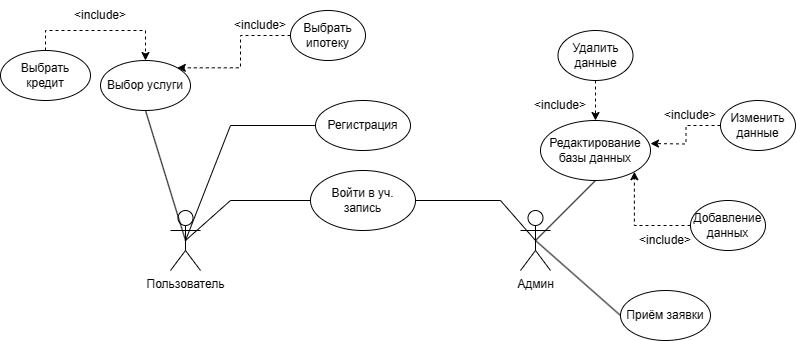
This is Bank.drawio.png from Involuntar/Test, a draw.io export, as it was before one commit. Source tidied: cells renumbered, new cells last; positions are measured from the earlier drawing's top-left corner, leaving out a move shared by most shapes.
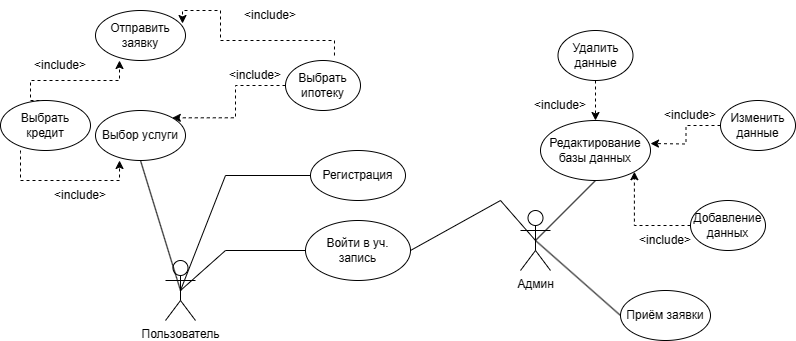
Later version of the same file.

Diff of the diagram source:
```diff
@@ -3,18 +3,18 @@
     <mxCell id="0" />
     <mxCell id="1" parent="0" />
     <mxCell id="2" value="Пользователь" style="shape=umlActor;verticalLabelPosition=bottom;verticalAlign=top;html=1;outlineConnect=0;" parent="1" vertex="1">
-      <mxGeometry x="170" y="210" width="30" height="60" as="geometry" />
+      <mxGeometry x="165" y="260" width="30" height="60" as="geometry" />
     </mxCell>
     <mxCell id="3" value="Админ" style="shape=umlActor;verticalLabelPosition=bottom;verticalAlign=top;html=1;outlineConnect=0;" parent="1" vertex="1">
       <mxGeometry x="520" y="210" width="30" height="60" as="geometry" />
     </mxCell>
     <mxCell id="4" value="Войти в уч. запись" style="ellipse;whiteSpace=wrap;html=1;" parent="1" vertex="1">
-      <mxGeometry x="310" y="170" width="105" height="60" as="geometry" />
+      <mxGeometry x="305" y="220" width="105" height="60" as="geometry" />
     </mxCell>
     <mxCell id="5" style="endArrow=none;html=1;rounded=0;exitX=0.5;exitY=0.5;exitDx=0;exitDy=0;exitPerimeter=0;entryX=0;entryY=0.5;entryDx=0;entryDy=0;" parent="1" edge="1" source="2" target="4">
       <mxGeometry relative="1" as="geometry">
         <Array as="points">
-          <mxPoint x="230" y="200" />
+          <mxPoint x="225" y="250" />
         </Array>
       </mxGeometry>
     </mxCell>
@@ -26,33 +26,34 @@
       </mxGeometry>
     </mxCell>
     <mxCell id="7" value="Регистрация" style="ellipse;whiteSpace=wrap;html=1;" parent="1" vertex="1">
-      <mxGeometry x="315" y="100" width="95" height="50" as="geometry" />
+      <mxGeometry x="310" y="150" width="95" height="50" as="geometry" />
     </mxCell>
     <mxCell id="8" style="endArrow=none;html=1;rounded=0;entryX=0;entryY=0.5;entryDx=0;entryDy=0;exitX=0.5;exitY=0.5;exitDx=0;exitDy=0;exitPerimeter=0;" parent="1" edge="1" source="2" target="7">
       <mxGeometry relative="1" as="geometry">
         <Array as="points">
-          <mxPoint x="230" y="125" />
+          <mxPoint x="225" y="175" />
         </Array>
       </mxGeometry>
     </mxCell>
     <mxCell id="9" value="Выбор услуги" style="ellipse;whiteSpace=wrap;html=1;" parent="1" vertex="1">
-      <mxGeometry x="100" y="60" width="90" height="50" as="geometry" />
+      <mxGeometry x="95" y="110" width="90" height="50" as="geometry" />
     </mxCell>
     <mxCell id="10" value="Выбрать кредит" style="ellipse;whiteSpace=wrap;html=1;" parent="1" vertex="1">
-      <mxGeometry y="50" width="90" height="50" as="geometry" />
+      <mxGeometry y="100" width="90" height="50" as="geometry" />
     </mxCell>
     <mxCell id="11" style="edgeStyle=orthogonalEdgeStyle;rounded=0;jettySize=auto;html=1;entryX=1;entryY=0;entryDx=0;entryDy=0;strokeColor=default;dashed=1;" parent="1" edge="1" source="12" target="9">
       <mxGeometry relative="1" as="geometry" />
     </mxCell>
     <mxCell id="12" value="Выбрать ипотеку" style="ellipse;whiteSpace=wrap;html=1;" parent="1" vertex="1">
-      <mxGeometry x="290" y="10" width="75" height="50" as="geometry" />
+      <mxGeometry x="285" y="60" width="75" height="50" as="geometry" />
     </mxCell>
-    <mxCell id="13" style="edgeStyle=orthogonalEdgeStyle;rounded=0;jettySize=auto;html=1;strokeColor=default;dashed=1;exitX=0.5;exitY=0;exitDx=0;exitDy=0;" parent="1" edge="1" source="10">
+    <mxCell id="13" style="edgeStyle=orthogonalEdgeStyle;rounded=0;jettySize=auto;html=1;strokeColor=default;dashed=1;entryX=0.267;entryY=1;entryDx=0;entryDy=0;entryPerimeter=0;" parent="1" edge="1" target="9">
       <mxGeometry relative="1" as="geometry">
-        <mxPoint x="145" y="60" as="targetPoint" />
+        <mxPoint x="20" y="150" as="sourcePoint" />
         <Array as="points">
-          <mxPoint x="45" y="30" />
-          <mxPoint x="145" y="30" />
+          <mxPoint x="20" y="152" />
+          <mxPoint x="20" y="180" />
+          <mxPoint x="119" y="180" />
         </Array>
       </mxGeometry>
     </mxCell>
@@ -92,10 +93,10 @@
       <mxGeometry relative="1" as="geometry" />
     </mxCell>
     <mxCell id="25" value="&amp;lt;include&amp;gt;" style="text;html=1;strokeColor=none;fillColor=none;align=center;verticalAlign=middle;whiteSpace=wrap;rounded=0;" parent="1" vertex="1">
-      <mxGeometry x="70" width="60" height="30" as="geometry" />
+      <mxGeometry x="50" y="180" width="60" height="30" as="geometry" />
     </mxCell>
     <mxCell id="26" value="&amp;lt;include&amp;gt;" style="text;html=1;strokeColor=none;fillColor=none;align=center;verticalAlign=middle;whiteSpace=wrap;rounded=0;" parent="1" vertex="1">
-      <mxGeometry x="230" y="10" width="60" height="30" as="geometry" />
+      <mxGeometry x="225" y="60" width="60" height="30" as="geometry" />
     </mxCell>
     <mxCell id="27" value="&amp;lt;include&amp;gt;" style="text;html=1;strokeColor=none;fillColor=none;align=center;verticalAlign=middle;whiteSpace=wrap;rounded=0;" parent="1" vertex="1">
       <mxGeometry x="530" y="90" width="60" height="30" as="geometry" />
@@ -106,5 +107,34 @@
     <mxCell id="29" value="&amp;lt;include&amp;gt;" style="text;html=1;strokeColor=none;fillColor=none;align=center;verticalAlign=middle;whiteSpace=wrap;rounded=0;" parent="1" vertex="1">
       <mxGeometry x="660" y="100" width="60" height="30" as="geometry" />
     </mxCell>
+    <mxCell id="30" value="Отправить заявку" style="ellipse;whiteSpace=wrap;html=1;" parent="1" vertex="1">
+      <mxGeometry x="95" y="10" width="90" height="50" as="geometry" />
+    </mxCell>
+    <mxCell id="31" style="edgeStyle=orthogonalEdgeStyle;rounded=0;jettySize=auto;html=1;strokeColor=default;dashed=1;entryX=0.267;entryY=1;entryDx=0;entryDy=0;entryPerimeter=0;exitX=0.5;exitY=0;exitDx=0;exitDy=0;" parent="1" edge="1" source="10">
+      <mxGeometry relative="1" as="geometry">
+        <mxPoint x="119" y="60" as="targetPoint" />
+        <Array as="points">
+          <mxPoint x="30" y="100" />
+          <mxPoint x="30" y="80" />
+          <mxPoint x="119" y="80" />
+        </Array>
+      </mxGeometry>
+    </mxCell>
+    <mxCell id="32" style="edgeStyle=orthogonalEdgeStyle;rounded=0;jettySize=auto;html=1;strokeColor=default;dashed=1;exitX=0.653;exitY=-0.1;exitDx=0;exitDy=0;exitPerimeter=0;entryX=0.967;entryY=0.26;entryDx=0;entryDy=0;entryPerimeter=0;" parent="1" edge="1" source="12" target="30">
+      <mxGeometry relative="1" as="geometry">
+        <Array as="points">
+          <mxPoint x="334" y="40" />
+          <mxPoint x="220" y="40" />
+          <mxPoint x="220" y="10" />
+          <mxPoint x="182" y="10" />
+        </Array>
+      </mxGeometry>
+    </mxCell>
+    <mxCell id="33" value="&amp;lt;include&amp;gt;" style="text;html=1;strokeColor=none;fillColor=none;align=center;verticalAlign=middle;whiteSpace=wrap;rounded=0;" parent="1" vertex="1">
+      <mxGeometry x="30" y="50" width="60" height="30" as="geometry" />
+    </mxCell>
+    <mxCell id="34" value="&amp;lt;include&amp;gt;" style="text;html=1;strokeColor=none;fillColor=none;align=center;verticalAlign=middle;whiteSpace=wrap;rounded=0;" parent="1" vertex="1">
+      <mxGeometry x="240" width="60" height="30" as="geometry" />
+    </mxCell>
   </root>
 </mxGraphModel>
```
